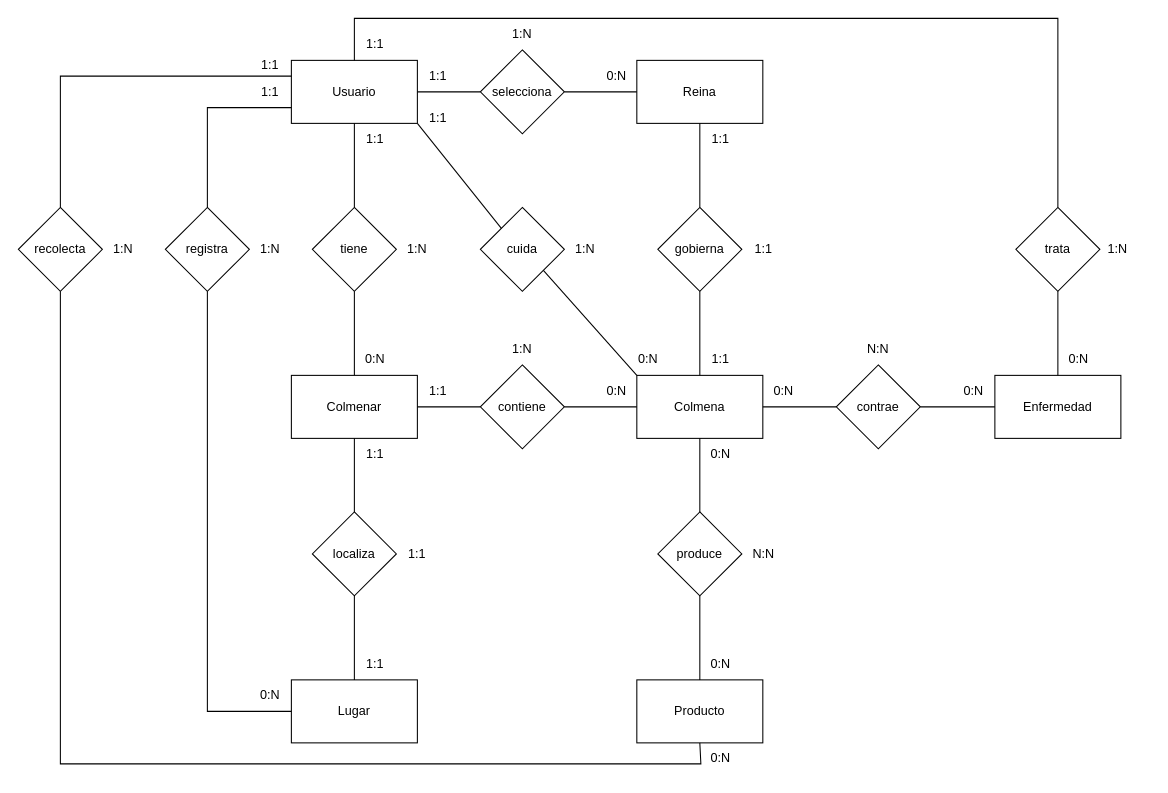
Ocklaf/PFC keeps this draw.io diagram as diagrama.drawio. Above is the earlier version. Source tidied: cells renumbered, new cells numbered last; positions are measured from the earlier drawing's top-left corner, leaving out a move shared by most shapes. Both pictures are drawn from the tidied source at 105%, with x=0, y=0 at pixel (18, 18).
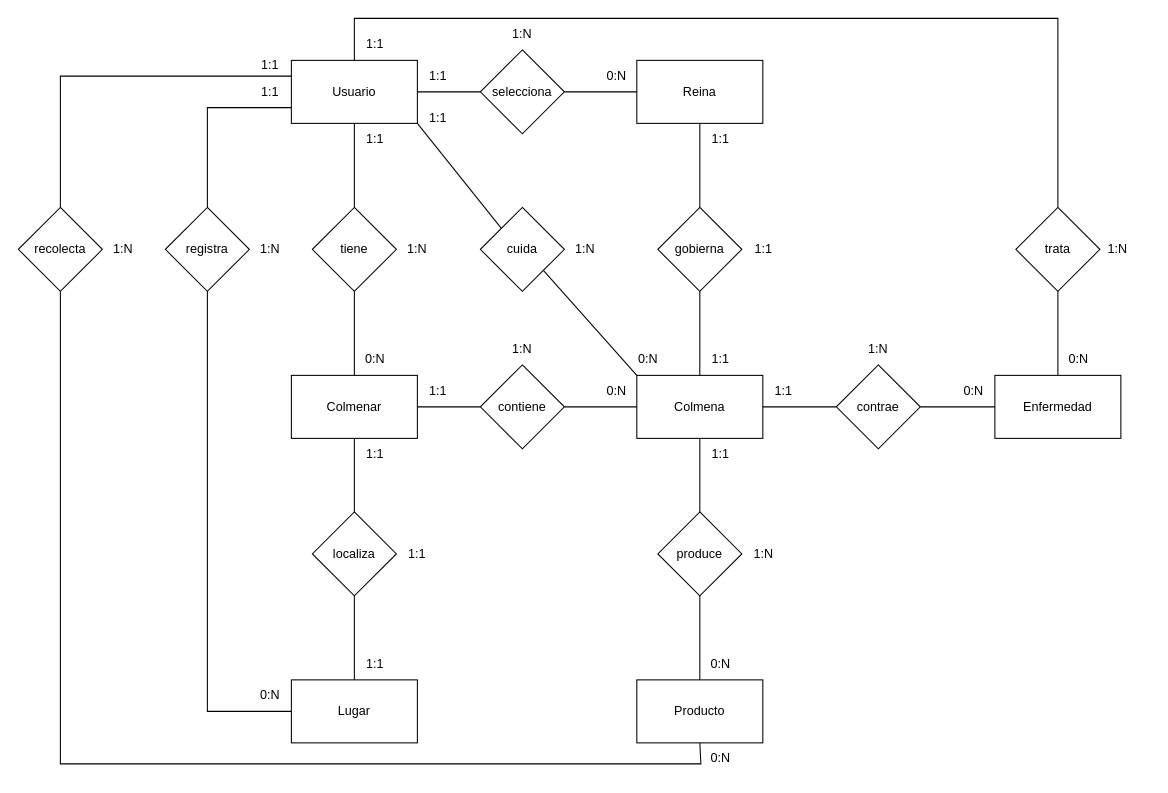
The same diagram, later.

Change to the diagram source:
```diff
@@
-    <mxCell id="29" value="0:N" style="text;html=1;strokeColor=none;fillColor=none;align=center;verticalAlign=middle;whiteSpace=wrap;rounded=0;" parent="1" vertex="1">
+    <mxCell id="29" value="1:1" style="text;html=1;strokeColor=none;fillColor=none;align=center;verticalAlign=middle;whiteSpace=wrap;rounded=0;" parent="1" vertex="1">
       <mxGeometry x="639" y="400" width="60" height="30" as="geometry" />
     </mxCell>
@@
-    <mxCell id="34" value="N:N" style="text;html=1;strokeColor=none;fillColor=none;align=center;verticalAlign=middle;whiteSpace=wrap;rounded=0;" parent="1" vertex="1">
+    <mxCell id="34" value="1:N" style="text;html=1;strokeColor=none;fillColor=none;align=center;verticalAlign=middle;whiteSpace=wrap;rounded=0;" parent="1" vertex="1">
       <mxGeometry x="680" y="495" width="60" height="30" as="geometry" />
     </mxCell>
@@
-    <mxCell id="36" value="0:N" style="text;html=1;strokeColor=none;fillColor=none;align=center;verticalAlign=middle;whiteSpace=wrap;rounded=0;" parent="1" vertex="1">
+    <mxCell id="36" value="1:1" style="text;html=1;strokeColor=none;fillColor=none;align=center;verticalAlign=middle;whiteSpace=wrap;rounded=0;" parent="1" vertex="1">
       <mxGeometry x="699" y="340" width="60" height="30" as="geometry" />
     </mxCell>
-    <mxCell id="37" value="N:N" style="text;html=1;strokeColor=none;fillColor=none;align=center;verticalAlign=middle;whiteSpace=wrap;rounded=0;" parent="1" vertex="1">
+    <mxCell id="37" value="1:N" style="text;html=1;strokeColor=none;fillColor=none;align=center;verticalAlign=middle;whiteSpace=wrap;rounded=0;" parent="1" vertex="1">
       <mxGeometry x="789" y="300" width="60" height="30" as="geometry" />
     </mxCell>
```
